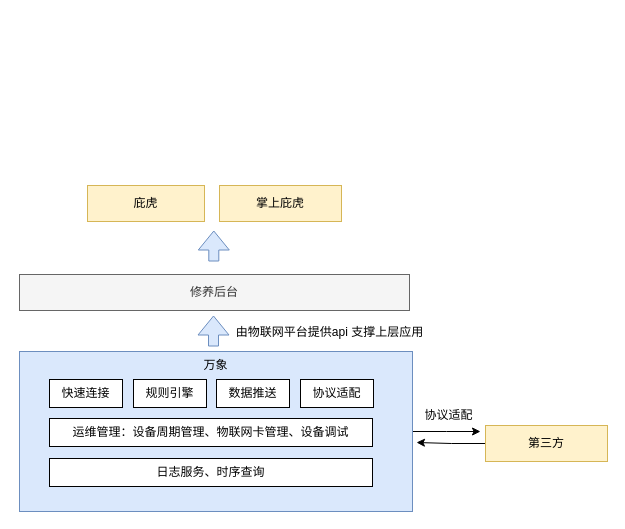
Above: 业务架构.drawio in WantWeag/Wantweag.github.io (draw.io), before the change. Source tidied: cells renumbered, new cells numbered last; positions are measured from the earlier drawing's top-left corner, leaving out a move shared by most shapes. Both pictures are drawn from the tidied source at 100%, with x=0, y=0 at pixel (19, 185).
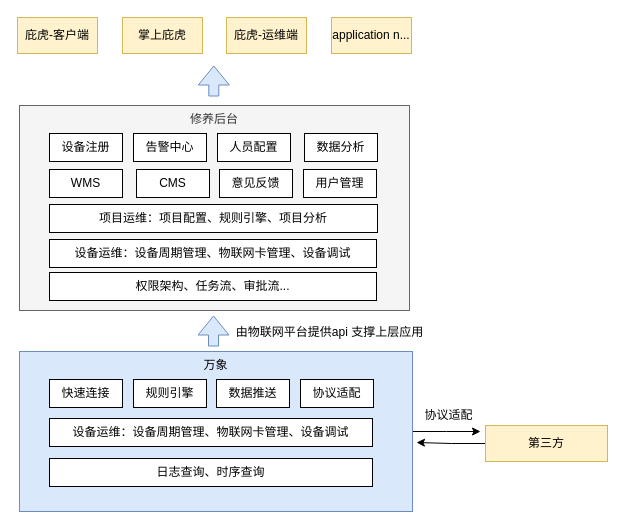
Above is the later version.

Change to the diagram source:
```diff
@@
-    <mxCell id="5" value="修养后台" style="rounded=0;whiteSpace=wrap;html=1;fillColor=#f5f5f5;strokeColor=#666666;fontColor=#333333;" parent="1" vertex="1">
-      <mxGeometry y="89" width="390" height="36" as="geometry" />
+    <mxCell id="5" value="修养后台" style="rounded=0;whiteSpace=wrap;html=1;fillColor=#f5f5f5;strokeColor=#666666;fontColor=#333333;verticalAlign=top;" parent="1" vertex="1">
+      <mxGeometry y="-80" width="390" height="205" as="geometry" />
     </mxCell>
-    <mxCell id="6" value="庇虎" style="rounded=0;whiteSpace=wrap;html=1;fillColor=#fff2cc;strokeColor=#d6b656;" parent="1" vertex="1">
-      <mxGeometry x="68" width="117" height="36" as="geometry" />
+    <mxCell id="6" value="庇虎-客户端" style="rounded=0;whiteSpace=wrap;html=1;fillColor=#fff2cc;strokeColor=#d6b656;" parent="1" vertex="1">
+      <mxGeometry x="-2" y="-168" width="80" height="36" as="geometry" />
     </mxCell>
     <mxCell id="7" value="掌上庇虎" style="rounded=0;whiteSpace=wrap;html=1;fillColor=#fff2cc;strokeColor=#d6b656;" parent="1" vertex="1">
-      <mxGeometry x="200" width="122" height="36" as="geometry" />
+      <mxGeometry x="103" y="-168" width="80" height="36" as="geometry" />
     </mxCell>
     <mxCell id="8" style="edgeStyle=orthogonalEdgeStyle;rounded=0;orthogonalLoop=1;jettySize=auto;html=1;shape=flexArrow;fillColor=#dae8fc;strokeColor=#6c8ebf;" parent="1" edge="1">
       <mxGeometry relative="1" as="geometry">
-        <mxPoint x="194.3" y="76" as="sourcePoint" />
-        <mxPoint x="194.3" y="45" as="targetPoint" />
+        <mxPoint x="194.3" y="-89" as="sourcePoint" />
+        <mxPoint x="194.3" y="-120" as="targetPoint" />
       </mxGeometry>
     </mxCell>
@@
-    <mxCell id="15" value="运维管理：设备周期管理、物联网卡管理、设备调试" style="rounded=0;whiteSpace=wrap;html=1;align=center;verticalAlign=top;" parent="1" vertex="1">
+    <mxCell id="15" value="设备运维：设备周期管理、物联网卡管理、设备调试" style="rounded=0;whiteSpace=wrap;html=1;align=center;verticalAlign=top;" parent="1" vertex="1">
       <mxGeometry x="30" y="233" width="323" height="28" as="geometry" />
     </mxCell>
@@
-    <mxCell id="18" value="日志服务、时序查询" style="rounded=0;whiteSpace=wrap;html=1;align=center;verticalAlign=top;" parent="1" vertex="1">
+    <mxCell id="18" value="日志查询、时序查询" style="rounded=0;whiteSpace=wrap;html=1;align=center;verticalAlign=top;" parent="1" vertex="1">
       <mxGeometry x="30" y="273" width="323" height="28" as="geometry" />
     </mxCell>
+    <mxCell id="19" value="设备注册" style="rounded=0;whiteSpace=wrap;html=1;align=center;verticalAlign=top;" parent="1" vertex="1">
+      <mxGeometry x="30" y="-52" width="73" height="28" as="geometry" />
+    </mxCell>
+    <mxCell id="20" value="项目运维：项目配置、规则引擎、项目分析" style="rounded=0;whiteSpace=wrap;html=1;align=center;verticalAlign=top;" parent="1" vertex="1">
+      <mxGeometry x="30" y="19" width="328" height="28" as="geometry" />
+    </mxCell>
+    <mxCell id="21" value="告警中心" style="rounded=0;whiteSpace=wrap;html=1;align=center;verticalAlign=top;" parent="1" vertex="1">
+      <mxGeometry x="114" y="-52" width="73" height="28" as="geometry" />
+    </mxCell>
+    <mxCell id="22" value="数据分析" style="rounded=0;whiteSpace=wrap;html=1;align=center;verticalAlign=top;" parent="1" vertex="1">
+      <mxGeometry x="285" y="-52" width="73" height="28" as="geometry" />
+    </mxCell>
+    <mxCell id="23" value="CMS" style="rounded=0;whiteSpace=wrap;html=1;align=center;verticalAlign=top;" parent="1" vertex="1">
+      <mxGeometry x="117" y="-16" width="73" height="28" as="geometry" />
+    </mxCell>
+    <mxCell id="24" value="设备运维：设备周期管理、物联网卡管理、设备调试" style="rounded=0;whiteSpace=wrap;html=1;align=center;verticalAlign=top;" parent="1" vertex="1">
+      <mxGeometry x="30" y="54" width="327" height="28" as="geometry" />
+    </mxCell>
+    <mxCell id="25" value="庇虎-运维端" style="rounded=0;whiteSpace=wrap;html=1;fillColor=#fff2cc;strokeColor=#d6b656;" parent="1" vertex="1">
+      <mxGeometry x="207" y="-168" width="80" height="36" as="geometry" />
+    </mxCell>
+    <mxCell id="26" value="application n..." style="rounded=0;whiteSpace=wrap;html=1;fillColor=#fff2cc;strokeColor=#d6b656;" parent="1" vertex="1">
+      <mxGeometry x="312" y="-168" width="80" height="36" as="geometry" />
+    </mxCell>
+    <mxCell id="27" value="用户管理" style="rounded=0;whiteSpace=wrap;html=1;align=center;verticalAlign=top;" parent="1" vertex="1">
+      <mxGeometry x="284" y="-16" width="73" height="28" as="geometry" />
+    </mxCell>
+    <mxCell id="28" value="意见反馈" style="rounded=0;whiteSpace=wrap;html=1;align=center;verticalAlign=top;" parent="1" vertex="1">
+      <mxGeometry x="200" y="-16" width="73" height="28" as="geometry" />
+    </mxCell>
+    <mxCell id="29" value="人员配置" style="rounded=0;whiteSpace=wrap;html=1;align=center;verticalAlign=top;" parent="1" vertex="1">
+      <mxGeometry x="198" y="-52" width="73" height="28" as="geometry" />
+    </mxCell>
+    <mxCell id="30" value="WMS" style="rounded=0;whiteSpace=wrap;html=1;align=center;verticalAlign=top;" parent="1" vertex="1">
+      <mxGeometry x="30" y="-16" width="73" height="28" as="geometry" />
+    </mxCell>
+    <mxCell id="31" value="权限架构、任务流、审批流..." style="rounded=0;whiteSpace=wrap;html=1;align=center;verticalAlign=top;" parent="1" vertex="1">
+      <mxGeometry x="30" y="87" width="327" height="28" as="geometry" />
+    </mxCell>
```
